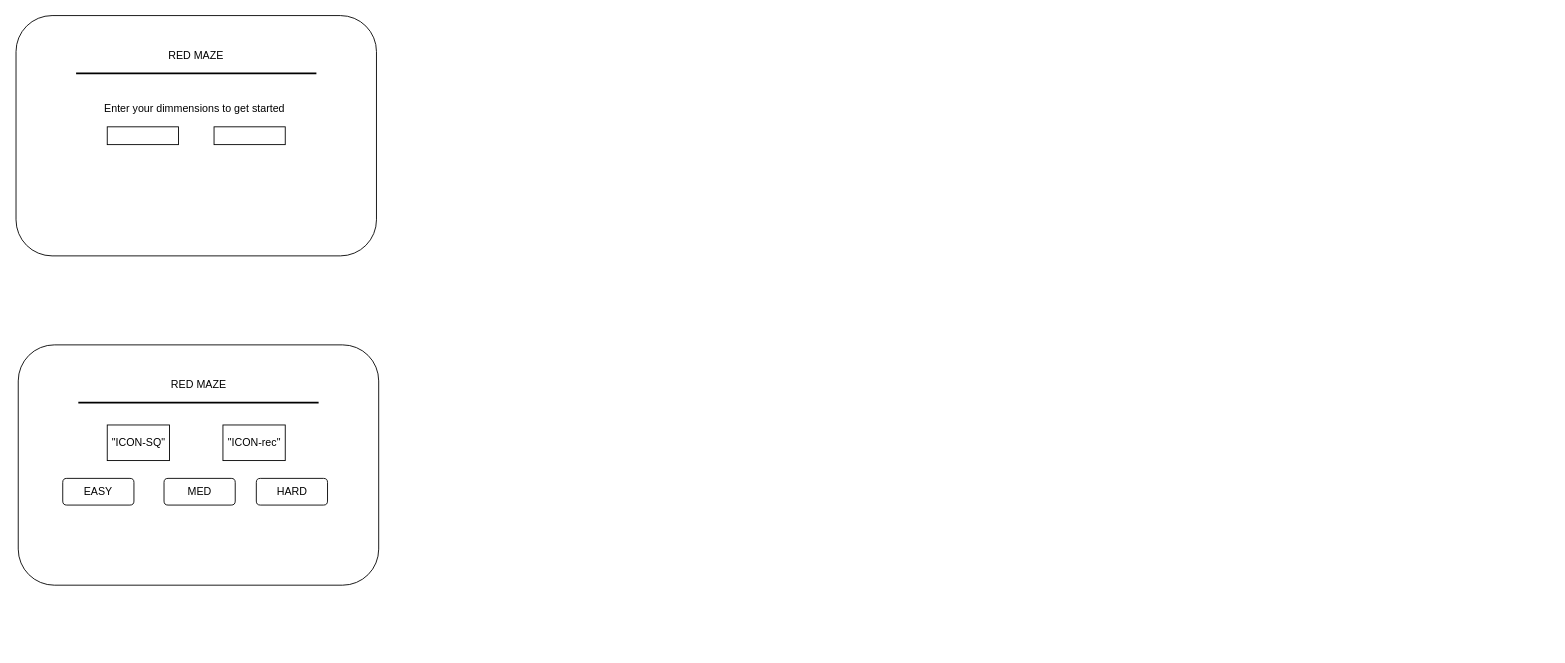
Before: Maze/Untitled Diagram.drawio in NRG1ZE/ProjectsJS, a draw.io diagram. Source tidied: cells renumbered, new cells numbered last; positions are measured from the earlier drawing's top-left corner, leaving out a move shared by most shapes. Both pictures are drawn from the tidied source at 89%, with x=0, y=0 at pixel (16, 15).
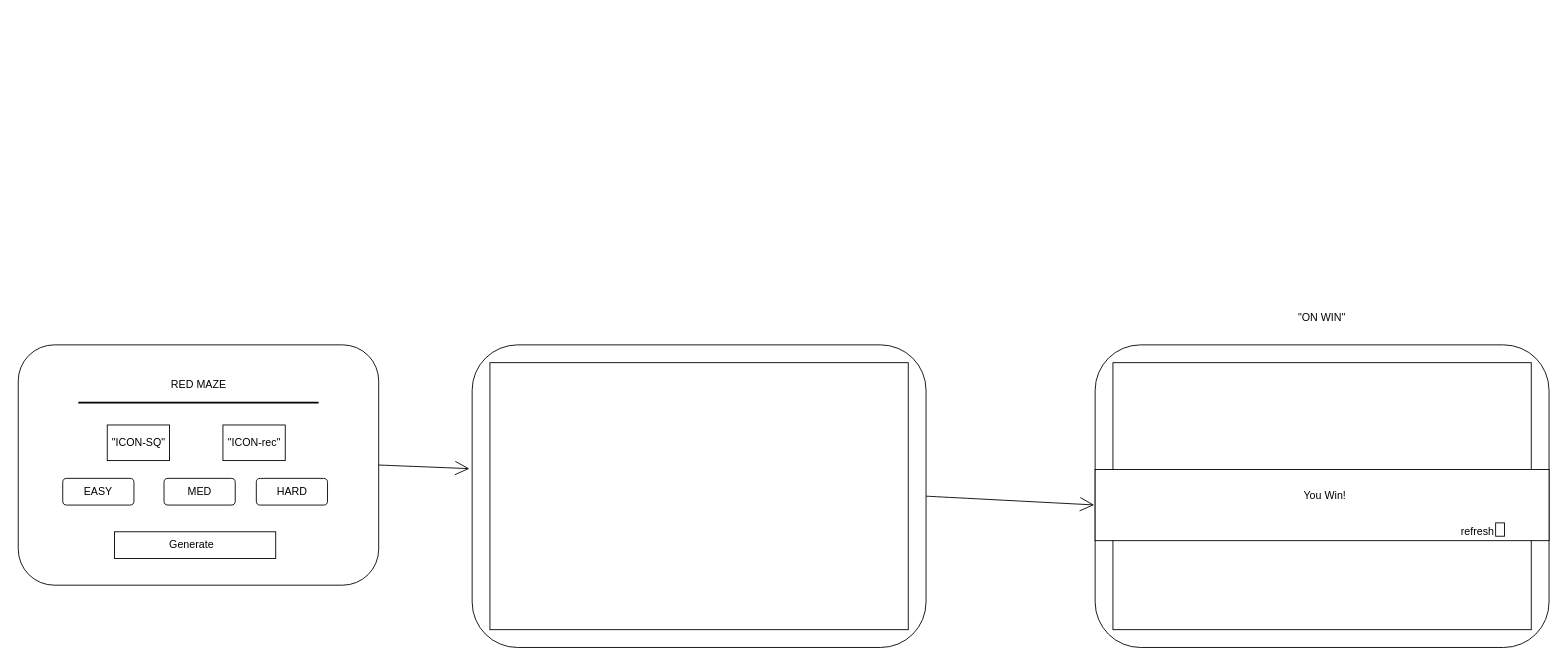
Above is the later version.

The change refers to these unchanged cells:
```xml
<mxCell id="10" style="group;" parent="1" vertex="1">
  <mxGeometry x="2" y="370" width="405" height="270" as="geometry" />
</mxCell>
<mxCell id="11" style="rounded=1;whiteSpace=wrap;html=1;" parent="10" vertex="1">
  <mxGeometry width="405" height="270" as="geometry" />
</mxCell>
```

What changed in the source:
```diff
@@
-    <mxCell id="2" style="group;" parent="1" vertex="1">
-      <mxGeometry x="-0.5" width="405" height="270" as="geometry" />
-    </mxCell>
-    <mxCell id="3" style="rounded=1;whiteSpace=wrap;html=1;" parent="2" vertex="1">
-      <mxGeometry width="405" height="270" as="geometry" />
-    </mxCell>
-    <mxCell id="4" style="rounded=0;whiteSpace=wrap;html=1;" parent="2" vertex="1">
-      <mxGeometry x="102.5" y="125" width="80" height="20" as="geometry" />
-    </mxCell>
-    <mxCell id="5" style="rounded=0;whiteSpace=wrap;html=1;" parent="2" vertex="1">
-      <mxGeometry x="222.5" y="125" width="80" height="20" as="geometry" />
-    </mxCell>
-    <mxCell id="6" style="line;strokeWidth=2;html=1;" parent="2" vertex="1">
-      <mxGeometry x="67.5" y="60" width="270" height="10" as="geometry" />
-    </mxCell>
-    <mxCell id="7" style="edgeStyle=none;rounded=0;jumpStyle=none;orthogonalLoop=1;jettySize=auto;html=1;exitX=0.5;exitY=1;exitDx=0;exitDy=0;" parent="2" edge="1" source="5" target="5">
-      <mxGeometry relative="1" as="geometry" />
-    </mxCell>
-    <mxCell id="8" value="RED MAZE" style="text;html=1;strokeColor=none;fillColor=none;align=center;verticalAlign=middle;whiteSpace=wrap;rounded=0;" parent="2" vertex="1">
-      <mxGeometry x="102.5" y="30" width="200" height="30" as="geometry" />
-    </mxCell>
-    <mxCell id="9" value="Enter your dimmensions to get started&amp;nbsp;" style="text;html=1;strokeColor=none;fillColor=none;align=center;verticalAlign=middle;whiteSpace=wrap;rounded=0;" parent="2" vertex="1">
-      <mxGeometry x="87.5" y="100" width="230" height="10" as="geometry" />
-    </mxCell>
@@
+    <mxCell id="26" style="rounded=0;whiteSpace=wrap;html=1;hachureGap=4;" parent="10" vertex="1">
+      <mxGeometry x="108.1" y="210" width="181.2" height="30" as="geometry" />
+    </mxCell>
+    <mxCell id="27" value="Generate" style="text;strokeColor=none;fillColor=none;html=1;align=center;verticalAlign=middle;whiteSpace=wrap;rounded=0;hachureGap=4;" parent="10" vertex="1">
+      <mxGeometry x="140" y="210" width="110" height="30" as="geometry" />
+    </mxCell>
+    <mxCell id="28" style="edgeStyle=none;curved=1;rounded=1;sketch=0;jettySize=auto;html=1;exitX=1;exitY=0.5;exitDx=0;exitDy=0;entryX=-0.002;entryY=0.529;entryDx=0;entryDy=0;entryPerimeter=0;endArrow=open;startSize=14;endSize=14;sourcePerimeterSpacing=8;targetPerimeterSpacing=8;" parent="1" edge="1" source="29" target="32">
+      <mxGeometry relative="1" as="geometry" />
+    </mxCell>
+    <mxCell id="29" style="rounded=1;whiteSpace=wrap;html=1;hachureGap=4;" parent="1" vertex="1">
+      <mxGeometry x="512" y="370" width="510" height="340" as="geometry" />
+    </mxCell>
+    <mxCell id="30" style="rounded=0;whiteSpace=wrap;html=1;hachureGap=4;" parent="1" vertex="1">
+      <mxGeometry x="532" y="390" width="470" height="300" as="geometry" />
+    </mxCell>
+    <mxCell id="31" style="edgeStyle=none;jettySize=auto;html=1;rounded=1;sketch=0;endArrow=open;startSize=14;endSize=14;sourcePerimeterSpacing=8;targetPerimeterSpacing=8;curved=1;exitX=1;exitY=0.5;exitDx=0;exitDy=0;entryX=-0.006;entryY=0.409;entryDx=0;entryDy=0;entryPerimeter=0;" parent="1" edge="1" source="11" target="29">
+      <mxGeometry relative="1" as="geometry" />
+    </mxCell>
+    <mxCell id="32" style="rounded=1;whiteSpace=wrap;html=1;hachureGap=4;" parent="1" vertex="1">
+      <mxGeometry x="1212" y="370" width="510" height="340" as="geometry" />
+    </mxCell>
+    <mxCell id="33" style="rounded=0;whiteSpace=wrap;html=1;hachureGap=4;" parent="1" vertex="1">
+      <mxGeometry x="1232" y="390" width="470" height="300" as="geometry" />
+    </mxCell>
+    <mxCell id="34" value="&quot;ON WIN&quot;" style="text;strokeColor=none;fillColor=none;html=1;align=center;verticalAlign=middle;whiteSpace=wrap;rounded=0;sketch=0;hachureGap=4;" parent="1" vertex="1">
+      <mxGeometry x="1362" y="320" width="210" height="40" as="geometry" />
+    </mxCell>
+    <mxCell id="35" style="rounded=0;whiteSpace=wrap;html=1;sketch=0;hachureGap=4;" parent="1" vertex="1">
+      <mxGeometry x="1212" y="510" width="510" height="80" as="geometry" />
+    </mxCell>
+    <mxCell id="36" value="You Win!&amp;nbsp;" style="text;strokeColor=none;fillColor=none;html=1;align=center;verticalAlign=middle;whiteSpace=wrap;rounded=0;sketch=0;hachureGap=4;" parent="1" vertex="1">
+      <mxGeometry x="1412" y="525" width="120" height="30" as="geometry" />
+    </mxCell>
+    <mxCell id="37" value="refresh" style="text;strokeColor=none;fillColor=none;html=1;align=center;verticalAlign=middle;whiteSpace=wrap;rounded=0;sketch=0;hachureGap=4;" parent="1" vertex="1">
+      <mxGeometry x="1602" y="570" width="80" height="20" as="geometry" />
+    </mxCell>
+    <mxCell id="38" style="rounded=0;whiteSpace=wrap;html=1;sketch=0;hachureGap=4;" parent="1" vertex="1">
+      <mxGeometry x="1662" y="570" width="10" height="15" as="geometry" />
+    </mxCell>
```
